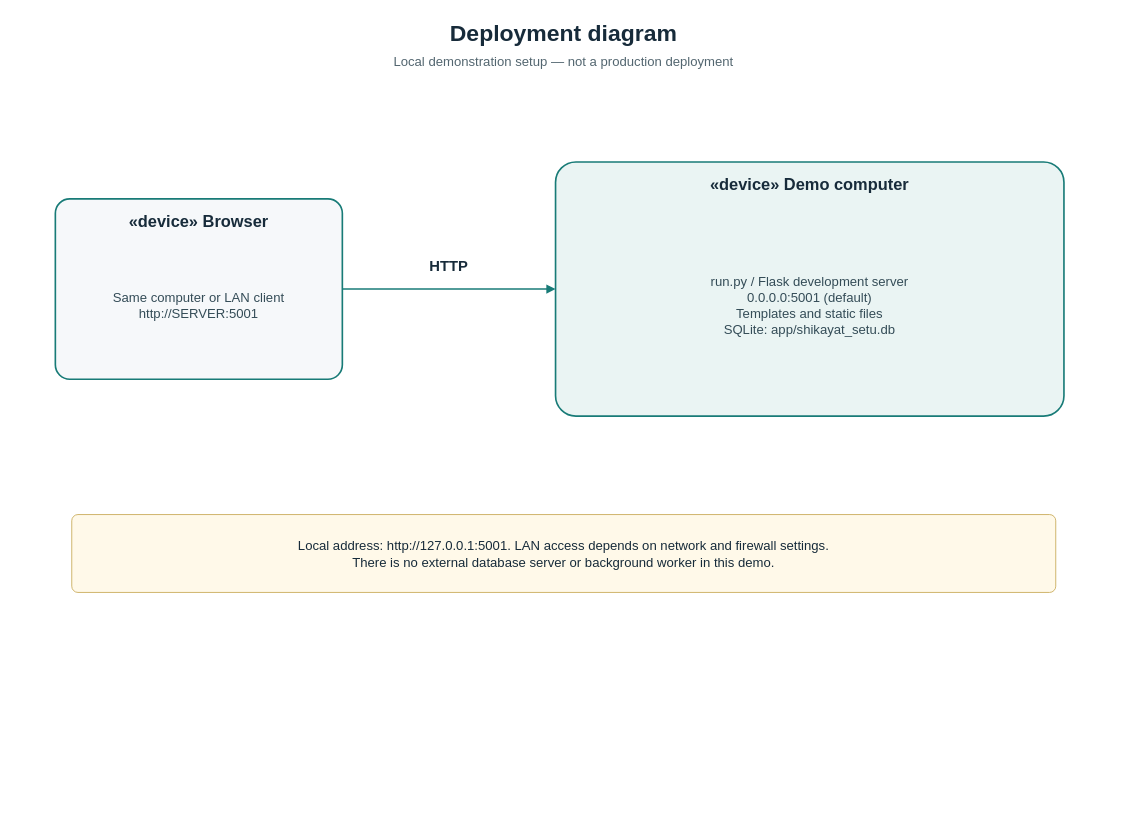
Yashwant-git392/Yashwant-git392 keeps this draw.io diagram as shikayat-setu/report/diagrams/fig-deployment.drawio. Above is the earlier version. Source tidied: cells renumbered, new cells numbered last; positions are measured from the earlier drawing's top-left corner, leaving out a move shared by most shapes. Both pictures are drawn from the tidied source at 82%, with x=0, y=0 at pixel (14, 14).
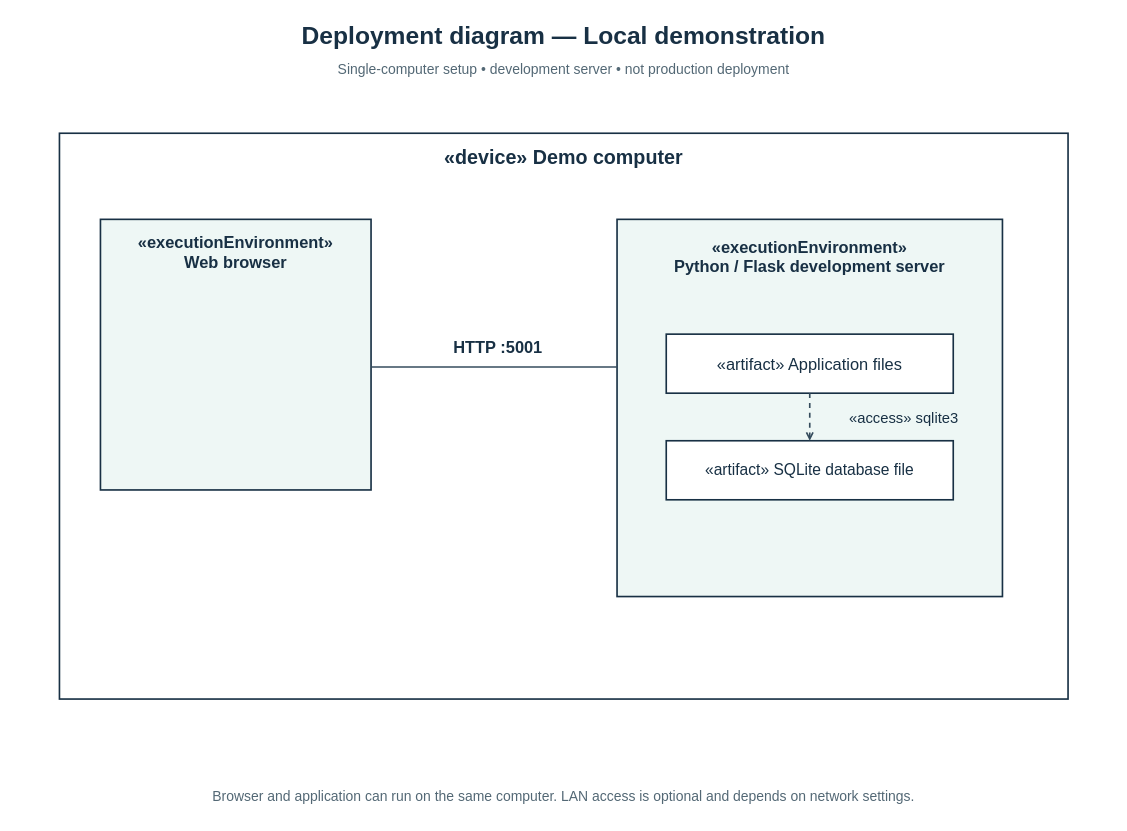
The same diagram, later.

Change to the diagram source:
```diff
@@
 <mxGraphModel>
   <root>
     <mxCell id="0" />
     <mxCell id="1" parent="0" />
-    <mxCell id="2" value="Deployment diagram" style="text;html=1;align=center;verticalAlign=middle;whiteSpace=wrap;rounded=0;strokeColor=none;fillColor=none;fontFamily=Arial;fontSize=28;fontStyle=1;fontColor=#172b3a;" parent="1" vertex="1">
-      <mxGeometry width="1340" height="45" as="geometry" />
+    <mxCell id="2" value="Deployment diagram — Local demonstration" style="text;html=0;align=center;verticalAlign=middle;whiteSpace=wrap;strokeColor=none;fillColor=none;fontFamily=Arial;fontSize=30;fontColor=#183044;fontStyle=1;" parent="1" vertex="1">
+      <mxGeometry y="2" width="1340" height="48" as="geometry" />
     </mxCell>
-    <mxCell id="3" value="Local demonstration setup — not a production deployment" style="text;html=1;align=center;verticalAlign=middle;whiteSpace=wrap;rounded=0;strokeColor=none;fillColor=none;fontFamily=Arial;fontSize=16;fontStyle=0;fontColor=#536670;" parent="1" vertex="1">
-      <mxGeometry y="43" width="1340" height="30" as="geometry" />
+    <mxCell id="3" value="Single-computer setup • development server • not production deployment" style="text;html=0;align=center;verticalAlign=middle;whiteSpace=wrap;strokeColor=none;fillColor=none;fontFamily=Arial;fontSize=17;fontColor=#536875;fontStyle=0;" parent="1" vertex="1">
+      <mxGeometry y="52" width="1340" height="32" as="geometry" />
     </mxCell>
-    <mxCell id="4" style="rounded=1;arcSize=8;whiteSpace=wrap;html=1;fillColor=#f6f8fa;strokeColor=#187b77;strokeWidth=2;" parent="1" vertex="1">
-      <mxGeometry x="50" y="225" width="350" height="220" as="geometry" />
+    <mxCell id="4" style="rounded=0;whiteSpace=wrap;html=0;fillColor=white;strokeColor=#183044;strokeWidth=2;fontFamily=Arial;fontSize=20;fontColor=#183044;fontStyle=0;align=center;verticalAlign=middle;" parent="1" vertex="1">
+      <mxGeometry x="55" y="145" width="1230" height="690" as="geometry" />
     </mxCell>
-    <mxCell id="5" value="«device» Browser" style="text;html=1;align=center;verticalAlign=middle;whiteSpace=wrap;rounded=0;strokeColor=none;fillColor=none;fontFamily=Arial;fontSize=20;fontStyle=1;fontColor=#172b3a;" parent="1" vertex="1">
-      <mxGeometry x="58" y="235" width="334" height="34" as="geometry" />
+    <mxCell id="5" value="«device» Demo computer" style="text;html=0;align=center;verticalAlign=middle;whiteSpace=wrap;strokeColor=none;fillColor=none;fontFamily=Arial;fontSize=24;fontColor=#183044;fontStyle=1;" parent="1" vertex="1">
+      <mxGeometry x="80" y="155" width="1180" height="40" as="geometry" />
     </mxCell>
-    <mxCell id="6" value="Same computer or LAN client&#10;http://SERVER:5001" style="text;html=1;align=center;verticalAlign=middle;whiteSpace=wrap;rounded=0;strokeColor=none;fillColor=none;fontFamily=Arial;fontSize=16;fontStyle=0;fontColor=#344c57;" parent="1" vertex="1">
-      <mxGeometry x="62" y="272" width="326" height="166" as="geometry" />
+    <mxCell id="6" style="rounded=0;whiteSpace=wrap;html=0;fillColor=#eef7f5;strokeColor=#183044;strokeWidth=2;fontFamily=Arial;fontSize=20;fontColor=#183044;fontStyle=0;align=center;verticalAlign=middle;" parent="1" vertex="1">
+      <mxGeometry x="105" y="250" width="330" height="330" as="geometry" />
     </mxCell>
-    <mxCell id="7" style="rounded=1;arcSize=8;whiteSpace=wrap;html=1;fillColor=#eaf4f3;strokeColor=#187b77;strokeWidth=2;" parent="1" vertex="1">
-      <mxGeometry x="660" y="180" width="620" height="310" as="geometry" />
+    <mxCell id="7" value="«executionEnvironment»&#10;Web browser" style="text;html=0;align=center;verticalAlign=middle;whiteSpace=wrap;strokeColor=none;fillColor=none;fontFamily=Arial;fontSize=20;fontColor=#183044;fontStyle=1;" parent="1" vertex="1">
+      <mxGeometry x="115" y="265" width="310" height="50" as="geometry" />
     </mxCell>
-    <mxCell id="8" value="«device» Demo computer" style="text;html=1;align=center;verticalAlign=middle;whiteSpace=wrap;rounded=0;strokeColor=none;fillColor=none;fontFamily=Arial;fontSize=20;fontStyle=1;fontColor=#172b3a;" parent="1" vertex="1">
-      <mxGeometry x="668" y="190" width="604" height="34" as="geometry" />
+    <mxCell id="8" style="rounded=0;whiteSpace=wrap;html=0;fillColor=#eef7f5;strokeColor=#183044;strokeWidth=2;fontFamily=Arial;fontSize=20;fontColor=#183044;fontStyle=0;align=center;verticalAlign=middle;" parent="1" vertex="1">
+      <mxGeometry x="735" y="250" width="470" height="460" as="geometry" />
     </mxCell>
-    <mxCell id="9" value="run.py / Flask development server&#10;0.0.0.0:5001 (default)&#10;Templates and static files&#10;SQLite: app/shikayat_setu.db" style="text;html=1;align=center;verticalAlign=middle;whiteSpace=wrap;rounded=0;strokeColor=none;fillColor=none;fontFamily=Arial;fontSize=16;fontStyle=0;fontColor=#344c57;" parent="1" vertex="1">
-      <mxGeometry x="672" y="227" width="596" height="256" as="geometry" />
+    <mxCell id="9" value="«executionEnvironment»&#10;Python / Flask development server" style="text;html=0;align=center;verticalAlign=middle;whiteSpace=wrap;strokeColor=none;fillColor=none;fontFamily=Arial;fontSize=20;fontColor=#183044;fontStyle=1;" parent="1" vertex="1">
+      <mxGeometry x="745" y="265" width="450" height="60" as="geometry" />
     </mxCell>
-    <mxCell id="10" style="edgeStyle=none;rounded=0;html=1;strokeColor=#187b77;strokeWidth=2;endArrow=block;endFill=1;dashed=0;" parent="1" edge="1">
-      <mxGeometry relative="1" as="geometry">
-        <mxPoint x="400" y="335" as="sourcePoint" />
-        <mxPoint x="660" y="335" as="targetPoint" />
-      </mxGeometry>
+    <mxCell id="10" value="«artifact» Application files" style="rounded=0;whiteSpace=wrap;html=0;fillColor=white;strokeColor=#183044;strokeWidth=2;fontFamily=Arial;fontSize=20;fontColor=#183044;fontStyle=0;align=center;verticalAlign=middle;" parent="1" vertex="1">
+      <mxGeometry x="795" y="390" width="350" height="72" as="geometry" />
     </mxCell>
-    <mxCell id="11" value="HTTP" style="text;html=1;align=center;verticalAlign=middle;whiteSpace=wrap;rounded=0;strokeColor=none;fillColor=none;fontFamily=Arial;fontSize=18;fontStyle=1;fontColor=#172b3a;" parent="1" vertex="1">
-      <mxGeometry x="470" y="290" width="120" height="35" as="geometry" />
+    <mxCell id="11" value="«artifact» SQLite database file" style="rounded=0;whiteSpace=wrap;html=0;fillColor=white;strokeColor=#183044;strokeWidth=2;fontFamily=Arial;fontSize=19;fontColor=#183044;fontStyle=0;align=center;verticalAlign=middle;" parent="1" vertex="1">
+      <mxGeometry x="795" y="520" width="350" height="72" as="geometry" />
     </mxCell>
-    <mxCell id="12" value="Local address: http://127.0.0.1:5001. LAN access depends on network and firewall settings.&#10;There is no external database server or background worker in this demo." style="rounded=1;arcSize=8;whiteSpace=wrap;html=1;fillColor=#fff9e9;strokeColor=#c6a650;fontFamily=Arial;fontSize=16;fontColor=#172b3a;spacing=8;" parent="1" vertex="1">
-      <mxGeometry x="70" y="610" width="1200" height="95" as="geometry" />
+    <mxCell id="12" style="edgeStyle=none;rounded=0;strokeColor=#344b5c;strokeWidth=2;endArrow=none;endFill=0;dashed=0;" parent="1" edge="1">
+      <mxGeometry relative="1" as="geometry">
+        <mxPoint x="435" y="430" as="sourcePoint" />
+        <mxPoint x="735" y="430" as="targetPoint" />
+      </mxGeometry>
     </mxCell>
+    <mxCell id="13" value="HTTP :5001" style="text;html=0;align=center;verticalAlign=middle;whiteSpace=wrap;strokeColor=none;fillColor=none;fontFamily=Arial;fontSize=20;fontColor=#183044;fontStyle=1;" parent="1" vertex="1">
+      <mxGeometry x="480" y="390" width="220" height="30" as="geometry" />
+    </mxCell>
+    <mxCell id="14" style="edgeStyle=none;rounded=0;strokeColor=#344b5c;strokeWidth=2;endArrow=open;endFill=0;dashed=1;" parent="1" edge="1">
+      <mxGeometry relative="1" as="geometry">
+        <mxPoint x="970" y="462" as="sourcePoint" />
+        <mxPoint x="970" y="520" as="targetPoint" />
+      </mxGeometry>
+    </mxCell>
+    <mxCell id="15" value="«access» sqlite3" style="text;html=0;align=center;verticalAlign=middle;whiteSpace=wrap;strokeColor=none;fillColor=none;fontFamily=Arial;fontSize=18;fontColor=#183044;fontStyle=0;" parent="1" vertex="1">
+      <mxGeometry x="990" y="475" width="190" height="35" as="geometry" />
+    </mxCell>
+    <mxCell id="16" value="Browser and application can run on the same computer. LAN access is optional and depends on network settings." style="text;html=0;align=center;verticalAlign=middle;whiteSpace=wrap;strokeColor=none;fillColor=none;fontFamily=Arial;fontSize=17;fontColor=#536875;fontStyle=0;" parent="1" vertex="1">
+      <mxGeometry x="5" y="930" width="1330" height="50" as="geometry" />
+    </mxCell>
   </root>
 </mxGraphModel>
```
